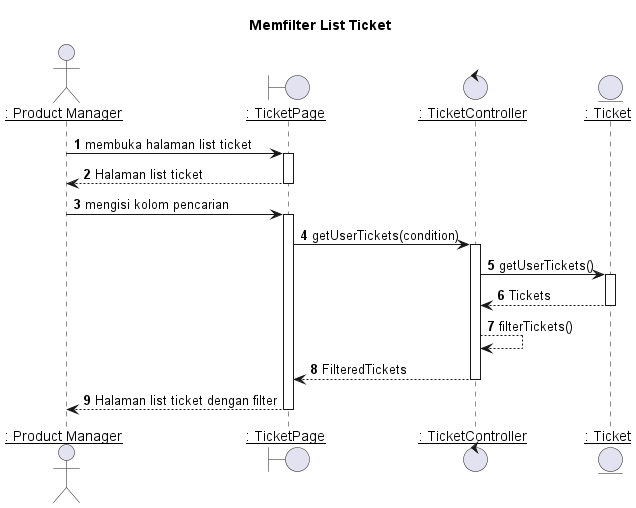
TAS-PKL/Laporan-PKL-Ticketing keeps this PlantUML diagram as out/plantuml/sequence/ipm/ipm2/Memfilter List Ticket.png. Above is the earlier version. Its diagram source:
```plantuml
@startuml Memfilter List Ticket

title "Memfilter List Ticket"

actor IPM as "__: Product Manager__"
boundary TicketPage as "__: TicketPage__"
control TicketController as "__: TicketController__"
entity Ticket as "__: Ticket__"

autonumber 1
IPM -> TicketPage: membuka halaman list ticket
activate TicketPage


TicketPage --> IPM : Halaman list ticket
deactivate TicketPage


IPM -> TicketPage: mengisi kolom pencarian
activate TicketPage

TicketPage -> TicketController: getUserTickets(condition)
activate TicketController

TicketController -> Ticket: getUserTickets()
activate Ticket

Ticket --> TicketController : Tickets
deactivate Ticket

TicketController --> TicketController : filterTickets()

TicketController --> TicketPage : FilteredTickets
deactivate TicketController

TicketPage --> IPM : Halaman list ticket dengan filter
deactivate TicketPage


@enduml
```
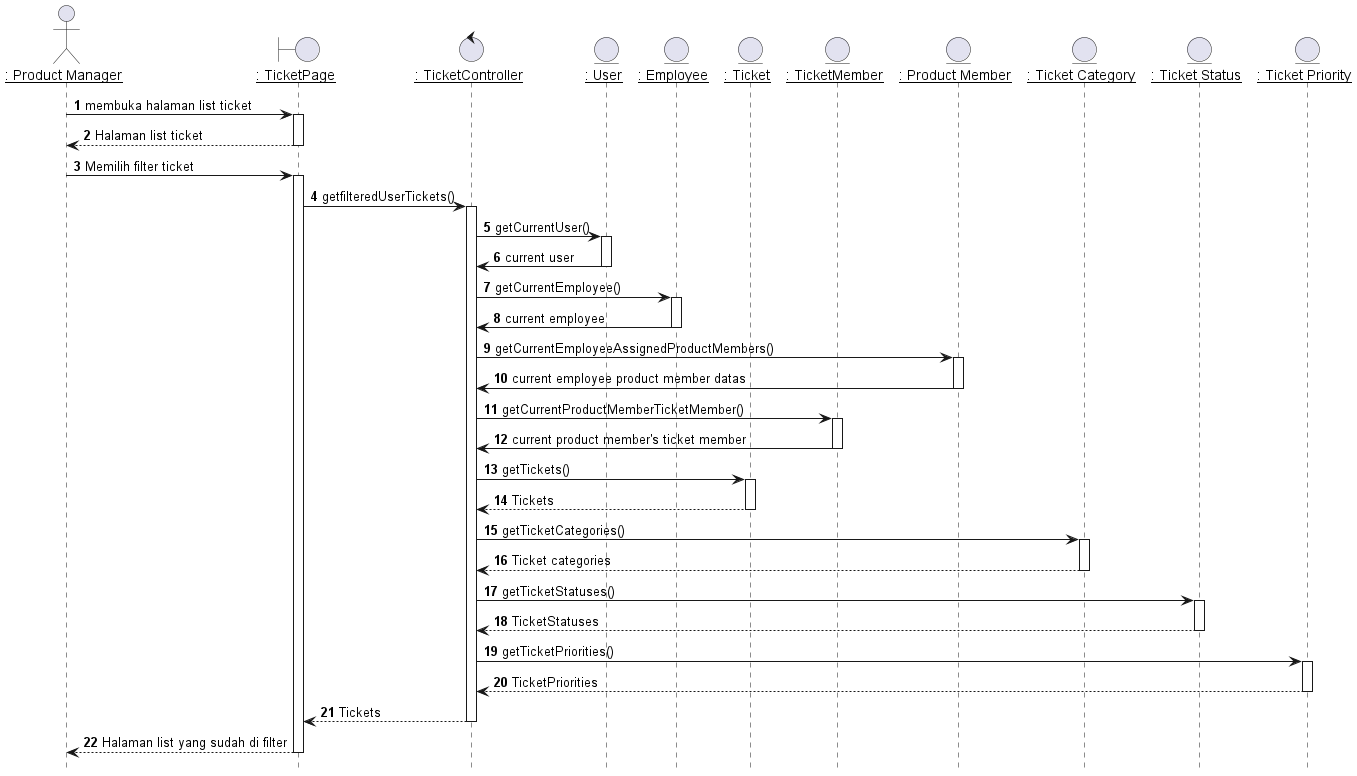
Later version of the same file.

The edit, as a diff of the source:
```diff
@@ -1,39 +1,86 @@
 @startuml Memfilter List Ticket
 
-title "Memfilter List Ticket"
+hide footbox
+
 
 actor IPM as "__: Product Manager__"
 boundary TicketPage as "__: TicketPage__"
 control TicketController as "__: TicketController__"
+entity Users as "__: User__"
+entity Employees as "__: Employee__"
 entity Ticket as "__: Ticket__"
+entity TicketMember as "__: TicketMember__"
+entity ProductMembers as "__: Product Member__"
+entity TicketCategories as "__: Ticket Category__"
+entity TicketStatuses as "__: Ticket Status__"
+entity TicketPriorities as "__: Ticket Priority__"
 
 autonumber 1
 IPM -> TicketPage: membuka halaman list ticket
 activate TicketPage
 
-
 TicketPage --> IPM : Halaman list ticket
 deactivate TicketPage
 
-
-IPM -> TicketPage: mengisi kolom pencarian
+IPM -> TicketPage: Memilih filter ticket
 activate TicketPage
 
-TicketPage -> TicketController: getUserTickets(condition)
+TicketPage -> TicketController: getfilteredUserTickets()
 activate TicketController
 
-TicketController -> Ticket: getUserTickets()
+TicketController -> Users: getCurrentUser()
+activate Users
+
+Users -> TicketController: current user
+deactivate Users
+
+TicketController -> Employees: getCurrentEmployee()
+activate Employees
+
+Employees -> TicketController: current employee
+deactivate Employees
+
+TicketController -> ProductMembers: getCurrentEmployeeAssignedProductMembers()
+activate ProductMembers
+
+ProductMembers -> TicketController: current employee product member datas
+deactivate ProductMembers
+
+TicketController -> TicketMember: getCurrentProductMemberTicketMember()
+activate TicketMember
+
+TicketMember -> TicketController: current product member's ticket member
+deactivate TicketMember
+
+TicketController -> Ticket: getTickets()
 activate Ticket
 
 Ticket --> TicketController : Tickets
 deactivate Ticket
 
-TicketController --> TicketController : filterTickets()
+TicketController -> TicketCategories: getTicketCategories()
+activate TicketCategories
 
-TicketController --> TicketPage : FilteredTickets
+TicketCategories --> TicketController : Ticket categories
+deactivate TicketCategories
+
+TicketController -> TicketStatuses: getTicketStatuses()
+activate TicketStatuses
+
+TicketStatuses --> TicketController : TicketStatuses
+deactivate TicketStatuses
+
+TicketController -> TicketPriorities: getTicketPriorities()
+activate TicketPriorities
+
+TicketPriorities --> TicketController : TicketPriorities
+deactivate TicketPriorities
+
+
+TicketController --> TicketPage : Tickets
 deactivate TicketController
 
-TicketPage --> IPM : Halaman list ticket dengan filter
+TicketPage --> IPM : Halaman list yang sudah di filter
 deactivate TicketPage
 
 
```
